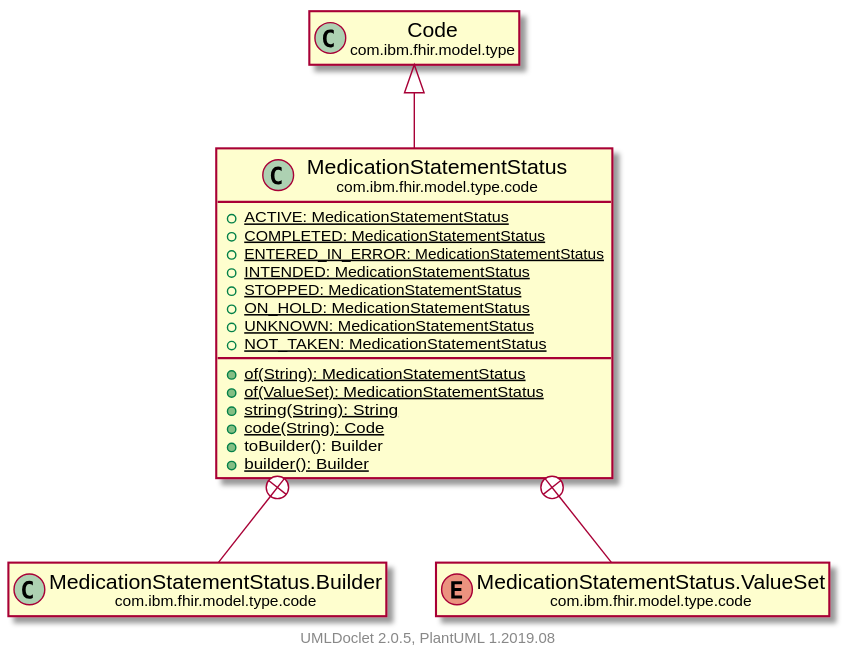
Before: javadocs/latest/com/ibm/fhir/model/type/code/MedicationStatementStatus.svg, a diagram exported from PlantUML (tumblewind/FHIR).
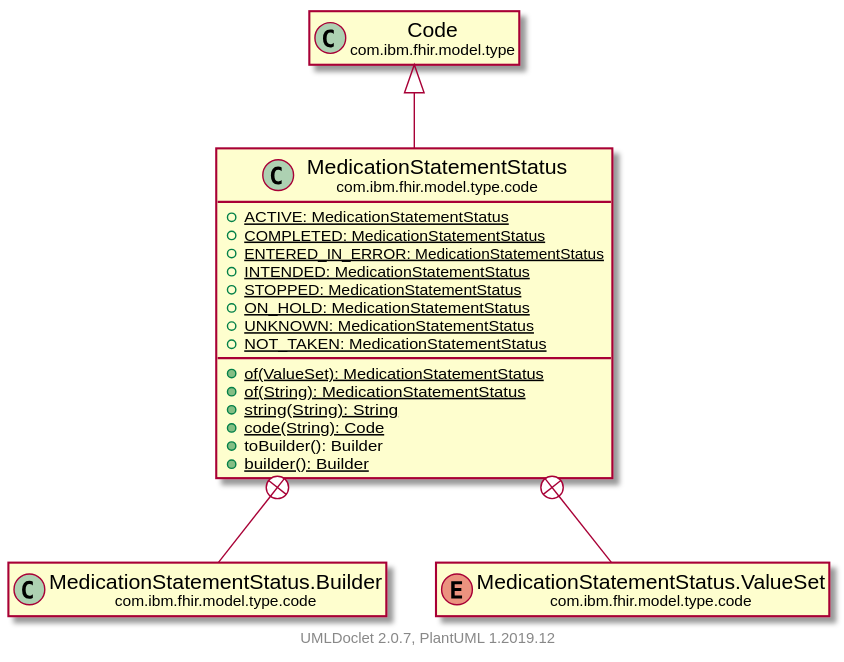
The same diagram one commit later.

What changed in the source:
```diff
@@ -12,8 +12,8 @@
         {static} +ON_HOLD: MedicationStatementStatus
         {static} +UNKNOWN: MedicationStatementStatus
         {static} +NOT_TAKEN: MedicationStatementStatus
+        {static} +of(ValueSet): MedicationStatementStatus
         {static} +of(String): MedicationStatementStatus
-        {static} +of(ValueSet): MedicationStatementStatus
         {static} +string(String): String
         {static} +code(String): Code
         +toBuilder(): Builder
@@ -28,5 +28,5 @@
     com.ibm.fhir.model.type.code.MedicationStatementStatus +-- com.ibm.fhir.model.type.code.MedicationStatementStatus.Builder
     com.ibm.fhir.model.type.code.MedicationStatementStatus +-- com.ibm.fhir.model.type.code.MedicationStatementStatus.ValueSet
 
-    center footer UMLDoclet 2.0.5, PlantUML 1.2019.08
+    center footer UMLDoclet 2.0.7, PlantUML 1.2019.12
 @enduml
```
